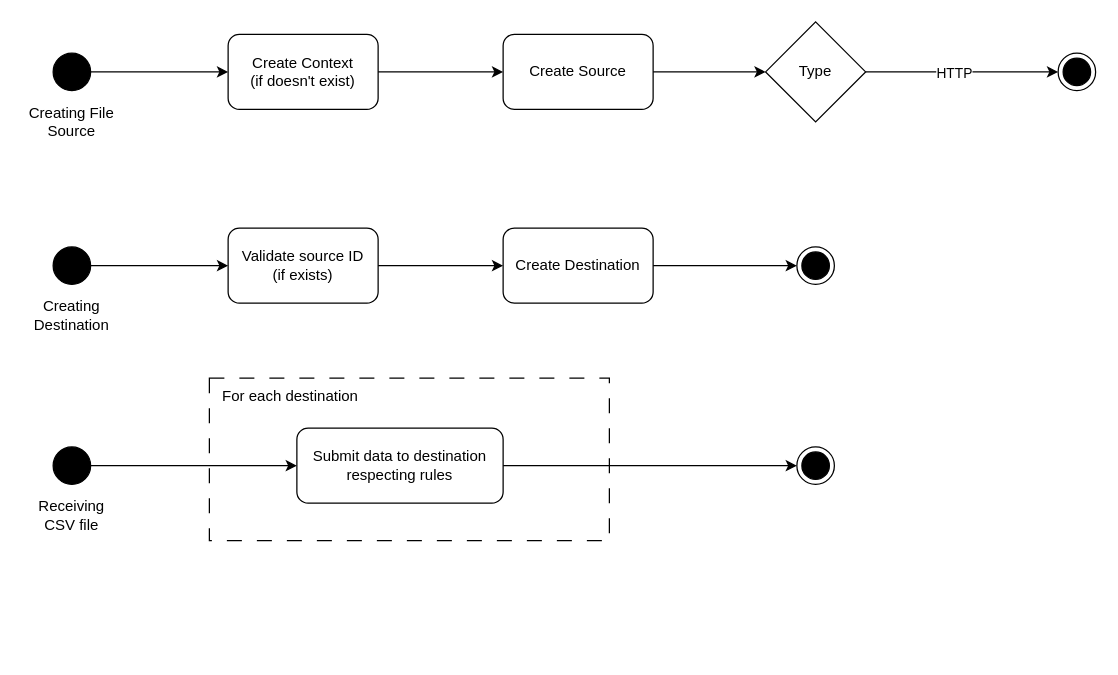
Above: csveer-overview.drawio in Incognitowski/csveer (draw.io), before the change. Source tidied: cells renumbered, new cells numbered last; positions are measured from the earlier drawing's top-left corner, leaving out a move shared by most shapes. Both pictures are drawn from the tidied source at 125%, with x=0, y=0 at pixel (21, 21).
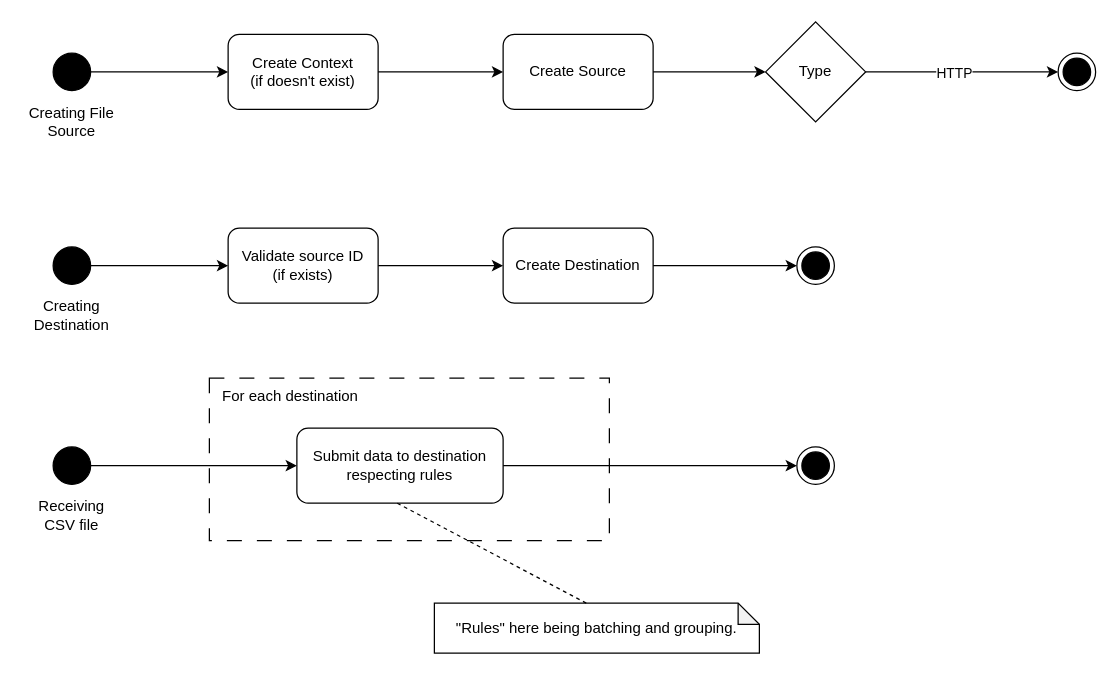
The same diagram, later.

Unchanged cells that the change refers to:
```xml
<mxCell id="30" style="rounded=0;whiteSpace=wrap;html=1;fillColor=none;dashed=1;dashPattern=12 12;" parent="1" vertex="1">
  <mxGeometry x="150" y="285" width="320" height="130" as="geometry" />
</mxCell>
```

What changed in the source:
```diff
@@
+    <mxCell id="32" value="&quot;Rules&quot; here being batching and grouping." style="shape=note;whiteSpace=wrap;html=1;backgroundOutline=1;darkOpacity=0.05;size=17;" parent="1" vertex="1">
+      <mxGeometry x="330" y="465" width="260" height="40" as="geometry" />
+    </mxCell>
+    <mxCell id="33" style="endArrow=none;dashed=1;html=1;rounded=0;entryX=0.469;entryY=0.769;entryDx=0;entryDy=0;entryPerimeter=0;exitX=0;exitY=0;exitDx=121.5;exitDy=0;exitPerimeter=0;" parent="1" edge="1" source="32" target="30">
+      <mxGeometry relative="1" as="geometry" />
+    </mxCell>
```
